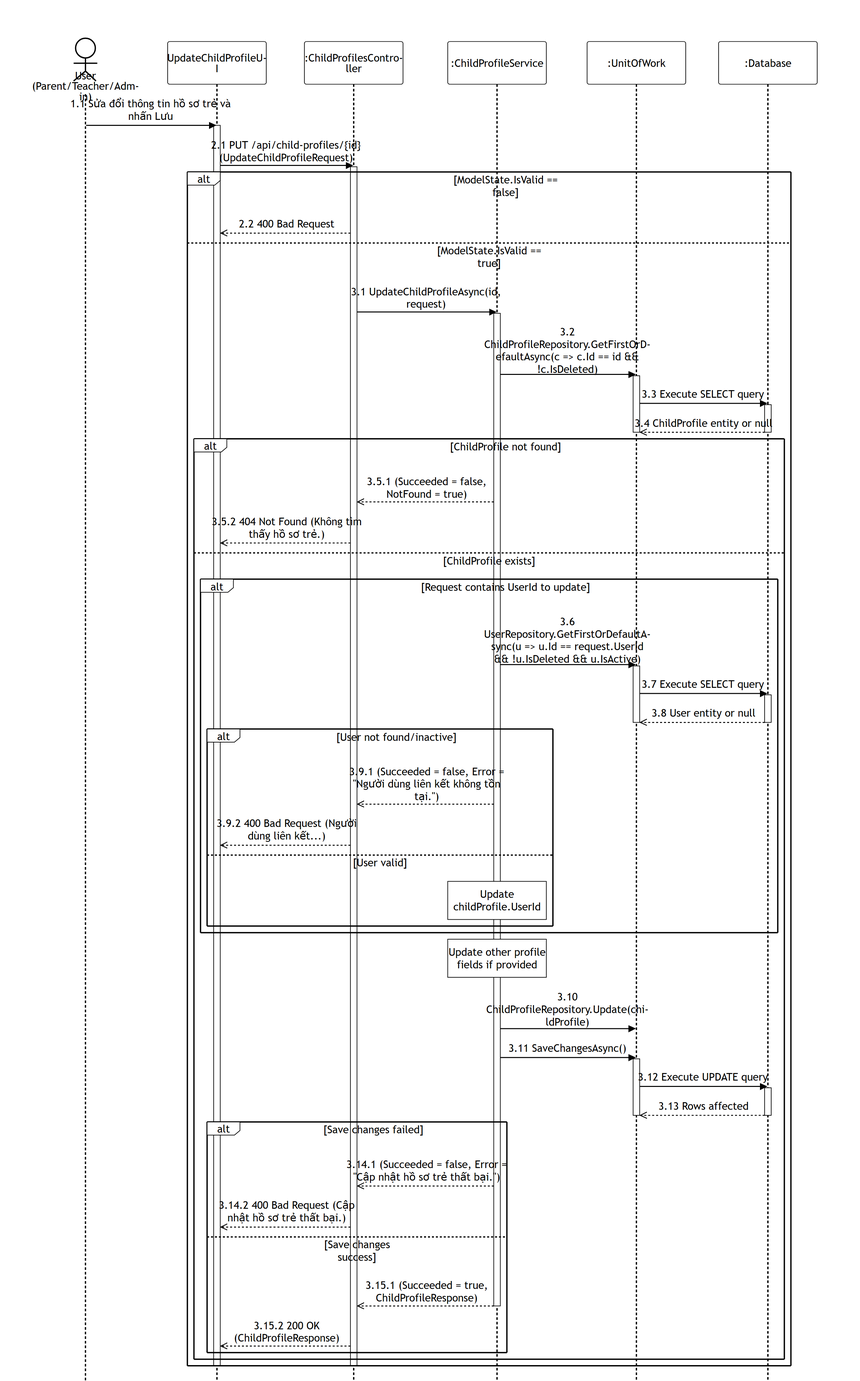
Above: 06-child-profile-enrollment/images/apis/update-child-profile.png in PhucAnDev/docx-diagram (Mermaid), before the change. Its source is kept beside it as 06-child-profile-enrollment/sequence-diagram/apis/update-child-profile.mmd.
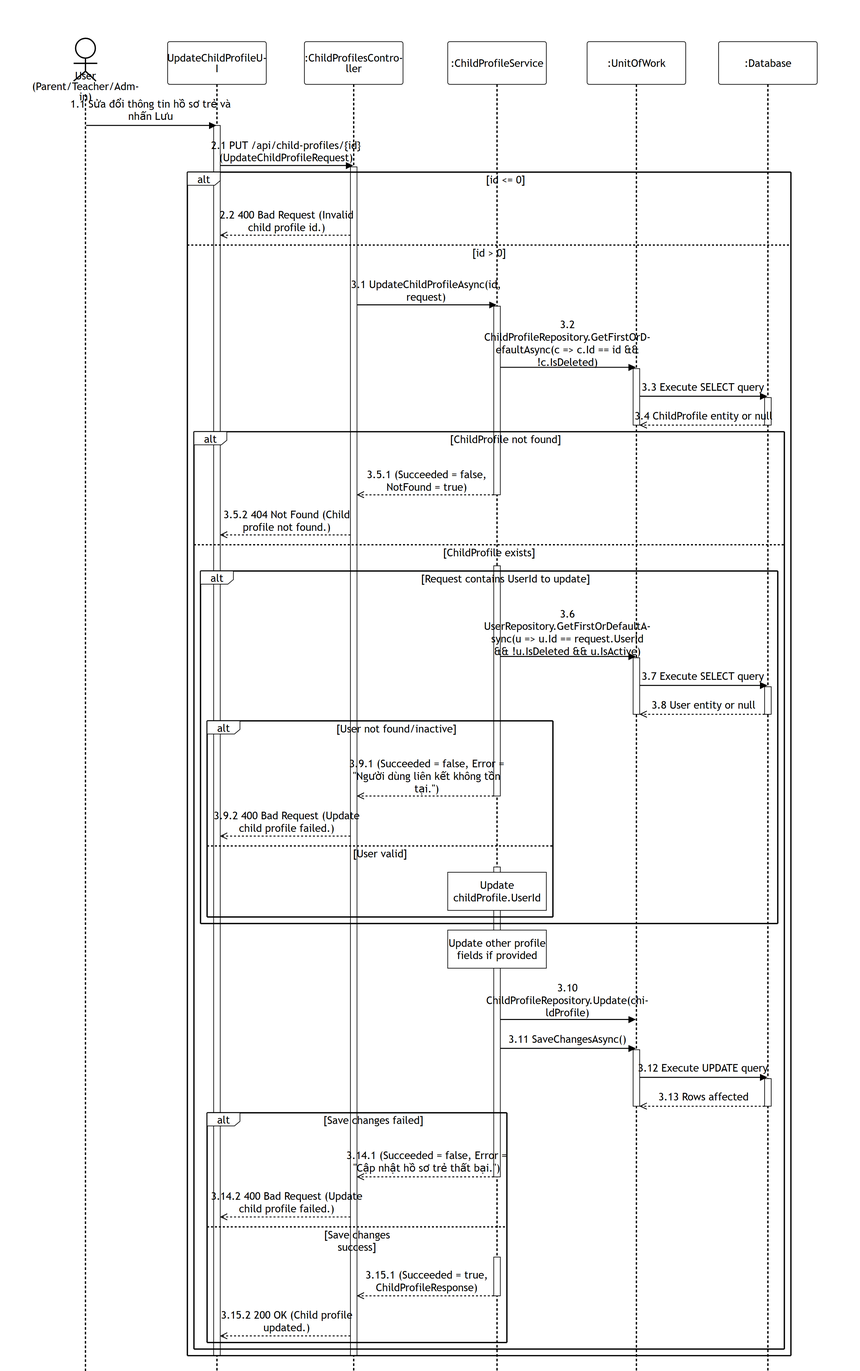
The same diagram one commit later.

Change to the diagram source:
```diff
@@ -13,9 +13,9 @@
     UI->>Endpoint: 2.1 PUT /api/child-profiles/{id} (UpdateChildProfileRequest)
     activate Endpoint
 
-    alt ModelState.IsValid == false
-        Endpoint-->>UI: 2.2 400 Bad Request
-    else ModelState.IsValid == true
+    alt id <= 0
+        Endpoint-->>UI: 2.2 400 Bad Request (Invalid child profile id.)
+    else id > 0
         Endpoint->>Service: 3.1 UpdateChildProfileAsync(id, request)
         activate Service
 
@@ -29,8 +29,10 @@
 
         alt ChildProfile not found
             Service-->>Endpoint: 3.5.1 (Succeeded = false, NotFound = true)
-            Endpoint-->>UI: 3.5.2 404 Not Found (Không tìm thấy hồ sơ trẻ.)
+            deactivate Service
+            Endpoint-->>UI: 3.5.2 404 Not Found (Child profile not found.)
         else ChildProfile exists
+            activate Service
             alt Request contains UserId to update
                 Service->>DB: 3.6 UserRepository.GetFirstOrDefaultAsync(u => u.Id == request.UserId && !u.IsDeleted && u.IsActive)
                 activate DB
@@ -42,8 +44,10 @@
 
                 alt User not found/inactive
                     Service-->>Endpoint: 3.9.1 (Succeeded = false, Error = "Người dùng liên kết không tồn tại.")
-                    Endpoint-->>UI: 3.9.2 400 Bad Request (Người dùng liên kết...)
+                    deactivate Service
+                    Endpoint-->>UI: 3.9.2 400 Bad Request (Update child profile failed.)
                 else User valid
+                    activate Service
                     note over Service: Update childProfile.UserId
                 end
             end
@@ -61,11 +65,13 @@
 
             alt Save changes failed
                 Service-->>Endpoint: 3.14.1 (Succeeded = false, Error = "Cập nhật hồ sơ trẻ thất bại.")
-                Endpoint-->>UI: 3.14.2 400 Bad Request (Cập nhật hồ sơ trẻ thất bại.)
+                deactivate Service
+                Endpoint-->>UI: 3.14.2 400 Bad Request (Update child profile failed.)
             else Save changes success
+                activate Service
                 Service-->>Endpoint: 3.15.1 (Succeeded = true, ChildProfileResponse)
                 deactivate Service
-                Endpoint-->>UI: 3.15.2 200 OK (ChildProfileResponse)
+                Endpoint-->>UI: 3.15.2 200 OK (Child profile updated.)
             end
         end
     end
```
